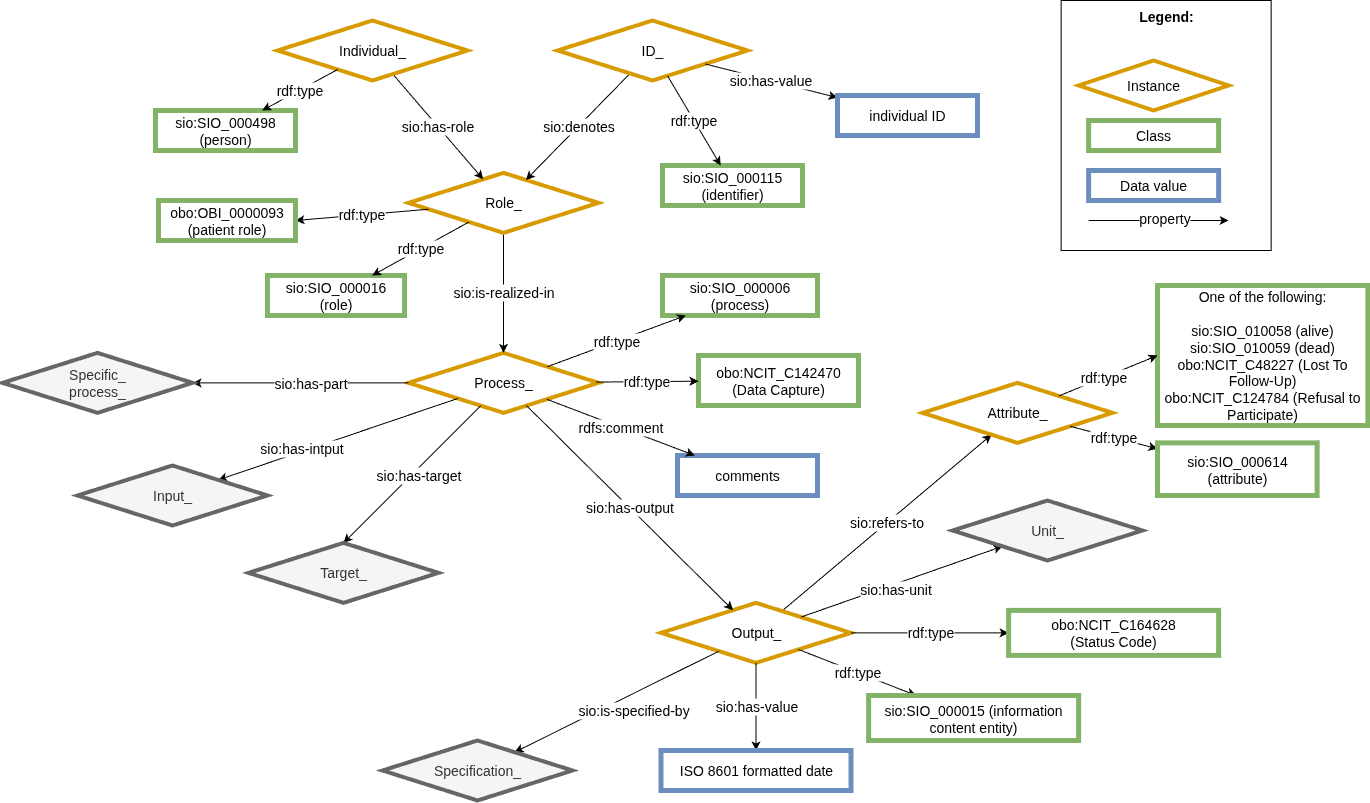
Earlier version of the draw.io export images/CARE-SM-Status.drawio.png (CARE-SM/CARE-Semantic-Model). Source tidied: cells renumbered, new cells last; positions are measured from the earlier drawing's top-left corner, leaving out a move shared by most shapes.
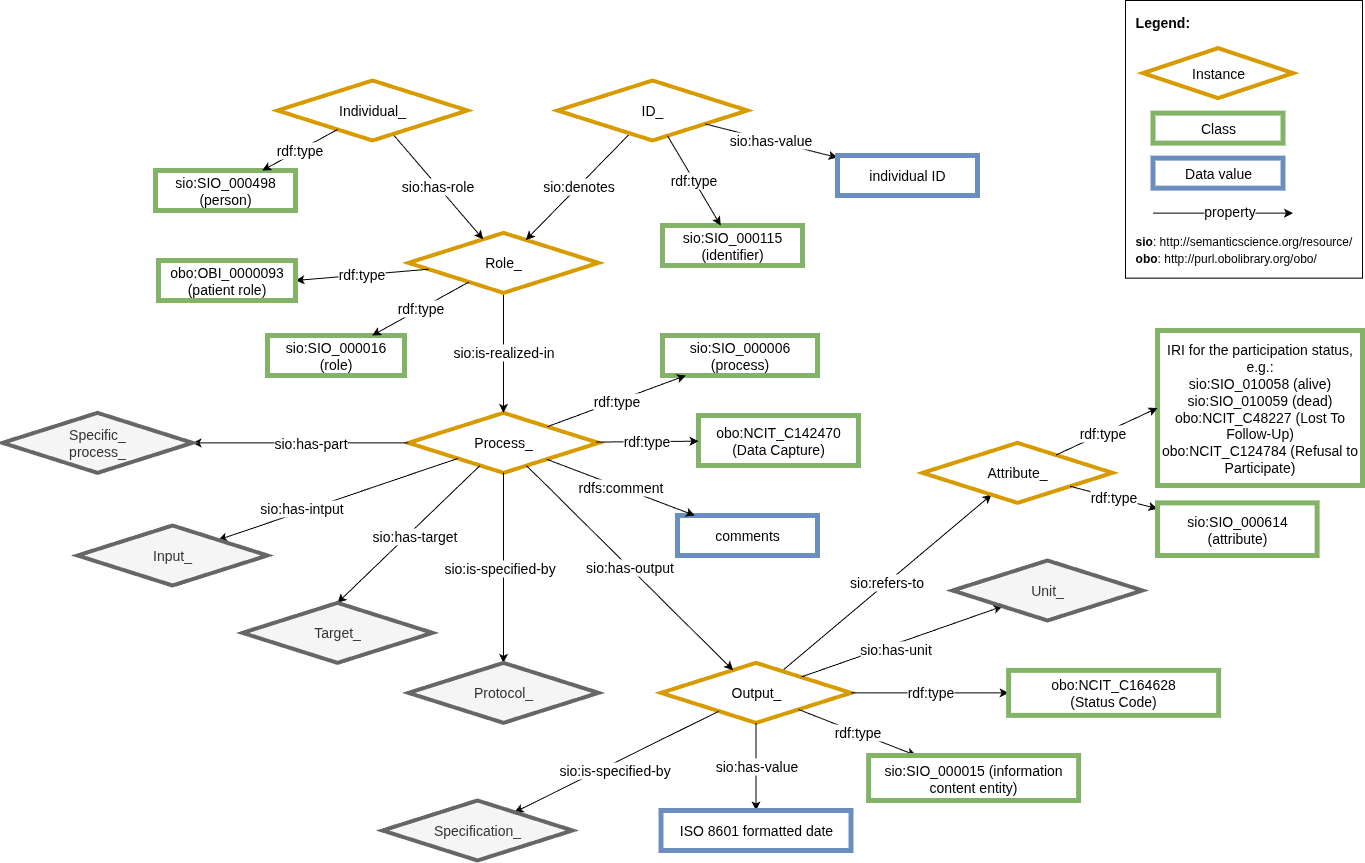
The same file after the commit.

Diff of the diagram source:
```diff
@@ -69,7 +69,7 @@
     </mxCell>
     <mxCell id="23" value="sio:is-specified-by" style="edgeLabel;html=1;align=center;verticalAlign=middle;fontSize=14;" parent="22" vertex="1">
       <mxGeometry x="-0.21" y="-1" relative="1" as="geometry">
-        <mxPoint x="-4" y="19" as="offset" />
+        <mxPoint x="-23" y="19" as="offset" />
       </mxGeometry>
     </mxCell>
     <mxCell id="24" value="Specification_" style="rhombus;whiteSpace=wrap;html=1;fillColor=#f5f5f5;strokeColor=#666666;perimeter=rhombusPerimeter;arcSize=20;comic=0;enumerate=0;strokeWidth=4;rounded=0;fontSize=14;fontColor=#333333;" parent="1" vertex="1">
@@ -89,24 +89,6 @@
     <mxCell id="28" value="Unit_" style="rhombus;whiteSpace=wrap;html=1;fillColor=#f5f5f5;strokeColor=#666666;perimeter=rhombusPerimeter;arcSize=20;comic=0;enumerate=0;strokeWidth=4;rounded=0;fontSize=14;fontColor=#333333;" parent="1" vertex="1">
       <mxGeometry x="950" y="500" width="190" height="60" as="geometry" />
     </mxCell>
-    <mxCell id="29" value="&lt;div style=&quot;text-align: left; font-size: 14px;&quot;&gt;&lt;span style=&quot;background-color: initial; font-size: 14px;&quot;&gt;&lt;b style=&quot;font-size: 14px;&quot;&gt;&lt;font style=&quot;font-size: 14px;&quot;&gt;Legend:&lt;/font&gt;&lt;/b&gt;&lt;/span&gt;&lt;/div&gt;&lt;div style=&quot;text-align: left; font-size: 14px;&quot;&gt;&lt;span style=&quot;background-color: initial; font-size: 14px;&quot;&gt;&lt;br style=&quot;font-size: 14px;&quot;&gt;&lt;/span&gt;&lt;/div&gt;&lt;div style=&quot;text-align: left; font-size: 14px;&quot;&gt;&lt;span style=&quot;background-color: initial; font-size: 14px;&quot;&gt;&lt;br style=&quot;font-size: 14px;&quot;&gt;&lt;/span&gt;&lt;/div&gt;&lt;div style=&quot;text-align: left; font-size: 14px;&quot;&gt;&lt;span style=&quot;background-color: initial; font-size: 14px;&quot;&gt;&lt;br style=&quot;font-size: 14px;&quot;&gt;&lt;/span&gt;&lt;/div&gt;&lt;div style=&quot;text-align: left; font-size: 14px;&quot;&gt;&lt;br style=&quot;font-size: 14px;&quot;&gt;&lt;/div&gt;&lt;div style=&quot;text-align: left; font-size: 14px;&quot;&gt;&lt;br style=&quot;font-size: 14px;&quot;&gt;&lt;/div&gt;&lt;div style=&quot;text-align: left; font-size: 14px;&quot;&gt;&lt;br style=&quot;font-size: 14px;&quot;&gt;&lt;/div&gt;&lt;div style=&quot;text-align: left; font-size: 14px;&quot;&gt;&lt;br style=&quot;font-size: 14px;&quot;&gt;&lt;/div&gt;&lt;div style=&quot;text-align: left; font-size: 14px;&quot;&gt;&lt;br style=&quot;font-size: 14px;&quot;&gt;&lt;/div&gt;&lt;div style=&quot;text-align: left; font-size: 14px;&quot;&gt;&lt;span style=&quot;background-color: initial; font-size: 14px;&quot;&gt;&lt;br style=&quot;font-size: 14px;&quot;&gt;&lt;/span&gt;&lt;/div&gt;&lt;div style=&quot;text-align: left; font-size: 14px;&quot;&gt;&lt;span style=&quot;background-color: initial; font-size: 14px;&quot;&gt;&lt;br style=&quot;font-size: 14px;&quot;&gt;&lt;/span&gt;&lt;/div&gt;&lt;div style=&quot;text-align: left; font-size: 14px;&quot;&gt;&lt;span style=&quot;background-color: initial; font-size: 14px;&quot;&gt;&lt;br style=&quot;font-size: 14px;&quot;&gt;&lt;/span&gt;&lt;/div&gt;&lt;div style=&quot;text-align: left; font-size: 14px;&quot;&gt;&lt;span style=&quot;background-color: initial; font-size: 14px;&quot;&gt;&lt;br style=&quot;font-size: 14px;&quot;&gt;&lt;/span&gt;&lt;/div&gt;&lt;div style=&quot;text-align: left; font-size: 14px;&quot;&gt;&lt;span style=&quot;background-color: initial; font-size: 14px;&quot;&gt;&lt;br style=&quot;font-size: 14px;&quot;&gt;&lt;/span&gt;&lt;/div&gt;" style="rounded=0;whiteSpace=wrap;html=1;fontSize=14;" parent="1" vertex="1">
-      <mxGeometry x="1058.6" width="210" height="250" as="geometry" />
-    </mxCell>
-    <mxCell id="30" value="Class" style="whiteSpace=wrap;html=1;fillColor=#FFFFFF;strokeColor=#82b366;strokeWidth=5;fontSize=14;" parent="1" vertex="1">
-      <mxGeometry x="1086.1" y="120" width="130" height="30" as="geometry" />
-    </mxCell>
-    <mxCell id="31" value="Instance" style="rhombus;whiteSpace=wrap;html=1;fillColor=#FFFFFF;strokeColor=#D79B00;rotation=0;perimeter=rhombusPerimeter;arcSize=20;comic=0;enumerate=0;strokeWidth=4;rounded=0;fontSize=14;" parent="1" vertex="1">
-      <mxGeometry x="1076.1" y="60" width="150" height="50" as="geometry" />
-    </mxCell>
-    <mxCell id="32" value="Data value" style="whiteSpace=wrap;html=1;fillColor=#FFFFFF;strokeColor=#6c8ebf;strokeWidth=5;fontSize=14;" parent="1" vertex="1">
-      <mxGeometry x="1086.1" y="170" width="130" height="30" as="geometry" />
-    </mxCell>
-    <mxCell id="33" value="property" style="rounded=0;orthogonalLoop=1;jettySize=auto;html=1;exitX=1;exitY=1;exitDx=0;exitDy=0;fontSize=14;" parent="1" edge="1">
-      <mxGeometry x="0.09" y="2" relative="1" as="geometry">
-        <mxPoint x="1086.1" y="220" as="sourcePoint" />
-        <mxPoint x="1226.1" y="220" as="targetPoint" />
-      </mxGeometry>
-    </mxCell>
     <mxCell id="34" value="rdf:type" style="edgeStyle=none;rounded=0;jettySize=auto;html=1;fontSize=14;" parent="1" edge="1" source="13" target="19">
       <mxGeometry relative="1" as="geometry" />
     </mxCell>
@@ -119,7 +101,7 @@
       </mxGeometry>
     </mxCell>
     <mxCell id="37" value="Target_" style="rhombus;whiteSpace=wrap;html=1;fillColor=#f5f5f5;strokeColor=#666666;perimeter=rhombusPerimeter;arcSize=20;comic=0;enumerate=0;strokeWidth=4;rounded=0;fontSize=14;fontColor=#333333;" parent="1" vertex="1">
-      <mxGeometry x="246" y="542.4" width="190" height="60" as="geometry" />
+      <mxGeometry x="240" y="542.4" width="190" height="60" as="geometry" />
     </mxCell>
     <mxCell id="38" value="sio:has-output" style="edgeStyle=none;rounded=0;jettySize=auto;html=1;fontSize=14;" parent="1" edge="1" source="4" target="3">
       <mxGeometry relative="1" as="geometry" />
@@ -147,8 +129,8 @@
     <mxCell id="45" value="obo:NCIT_C164628&lt;div&gt;(Status Code)&lt;/div&gt;" style="whiteSpace=wrap;html=1;fillColor=#FFFFFF;strokeColor=#82b366;strokeWidth=5;fontSize=14;" parent="1" vertex="1">
       <mxGeometry x="1006.1" y="609.9" width="210" height="45" as="geometry" />
     </mxCell>
-    <mxCell id="46" value="&lt;span style=&quot;background-color: initial;&quot;&gt;&lt;div style=&quot;&quot;&gt;&lt;div&gt;One of the following:&lt;/div&gt;&lt;div&gt;&lt;br&gt;&lt;/div&gt;&lt;div&gt;sio:SIO_010058 (alive)&lt;/div&gt;&lt;div&gt;sio:SIO_010059 (dead)&lt;/div&gt;&lt;div&gt;obo:NCIT_C48227 (Lost To Follow-Up)&lt;/div&gt;&lt;div&gt;obo:NCIT_C124784 (Refusal to Participate)&lt;/div&gt;&lt;/div&gt;&lt;/span&gt;" style="whiteSpace=wrap;html=1;fillColor=#FFFFFF;strokeColor=#82b366;strokeWidth=5;fontSize=14;" parent="1" vertex="1">
-      <mxGeometry x="1155" y="285" width="210.4" height="140" as="geometry" />
+    <mxCell id="46" value="&lt;span style=&quot;background-color: initial;&quot;&gt;&lt;div style=&quot;&quot;&gt;&lt;div&gt;IRI for the participation status, e.g.:&lt;/div&gt;&lt;div&gt;sio:SIO_010058 (alive)&lt;/div&gt;&lt;div&gt;sio:SIO_010059 (dead)&lt;/div&gt;&lt;div&gt;obo:NCIT_C48227 (Lost To Follow-Up)&lt;/div&gt;&lt;div&gt;obo:NCIT_C124784 (Refusal to Participate)&lt;/div&gt;&lt;/div&gt;&lt;/span&gt;" style="whiteSpace=wrap;html=1;fillColor=#FFFFFF;strokeColor=#82b366;strokeWidth=5;fontSize=14;" parent="1" vertex="1">
+      <mxGeometry x="1155" y="270" width="205" height="155" as="geometry" />
     </mxCell>
     <mxCell id="47" value="rdf:type" style="edgeStyle=none;rounded=0;jettySize=auto;html=1;entryX=0;entryY=0.5;entryDx=0;entryDy=0;fontSize=14;" parent="1" edge="1" source="14" target="46">
       <mxGeometry x="-0.09" relative="1" as="geometry" />
@@ -186,5 +168,36 @@
     <mxCell id="58" value="rdf:type" style="edgeStyle=none;rounded=0;jettySize=auto;html=1;fontSize=14;" parent="1" edge="1" source="4" target="6">
       <mxGeometry relative="1" as="geometry" />
     </mxCell>
+    <mxCell id="59" style="edgeStyle=none;rounded=0;jettySize=auto;html=1;strokeWidth=1;fontSize=14;" parent="1" edge="1" target="61">
+      <mxGeometry relative="1" as="geometry">
+        <mxPoint x="501" y="412" as="sourcePoint" />
+      </mxGeometry>
+    </mxCell>
+    <mxCell id="60" value="sio:is-specified-by" style="edgeLabel;html=1;align=center;verticalAlign=middle;fontSize=14;" parent="59" vertex="1">
+      <mxGeometry x="-0.21" y="-1" relative="1" as="geometry">
+        <mxPoint x="-4" y="19" as="offset" />
+      </mxGeometry>
+    </mxCell>
+    <mxCell id="61" value="Protocol_" style="rhombus;whiteSpace=wrap;html=1;fillColor=#f5f5f5;strokeColor=#666666;perimeter=rhombusPerimeter;arcSize=20;comic=0;enumerate=0;strokeWidth=4;rounded=0;fontSize=14;fontColor=#333333;" parent="1" vertex="1">
+      <mxGeometry x="406" y="602.4" width="190" height="60" as="geometry" />
+    </mxCell>
+    <mxCell id="62" value="&lt;div style=&quot;text-align: left; font-size: 14px;&quot;&gt;&lt;span style=&quot;background-color: initial; font-size: 14px;&quot;&gt;&lt;b style=&quot;font-size: 14px;&quot;&gt;&lt;font style=&quot;font-size: 14px;&quot;&gt;Legend:&lt;/font&gt;&lt;/b&gt;&lt;/span&gt;&lt;/div&gt;&lt;div style=&quot;text-align: left; font-size: 14px;&quot;&gt;&lt;span style=&quot;background-color: initial; font-size: 14px;&quot;&gt;&lt;br style=&quot;font-size: 14px;&quot;&gt;&lt;/span&gt;&lt;/div&gt;&lt;div style=&quot;text-align: left; font-size: 14px;&quot;&gt;&lt;span style=&quot;background-color: initial; font-size: 14px;&quot;&gt;&lt;br style=&quot;font-size: 14px;&quot;&gt;&lt;/span&gt;&lt;/div&gt;&lt;div style=&quot;text-align: left; font-size: 14px;&quot;&gt;&lt;span style=&quot;background-color: initial; font-size: 14px;&quot;&gt;&lt;br style=&quot;font-size: 14px;&quot;&gt;&lt;/span&gt;&lt;/div&gt;&lt;div style=&quot;text-align: left; font-size: 14px;&quot;&gt;&lt;br style=&quot;font-size: 14px;&quot;&gt;&lt;/div&gt;&lt;div style=&quot;text-align: left; font-size: 14px;&quot;&gt;&lt;br style=&quot;font-size: 14px;&quot;&gt;&lt;/div&gt;&lt;div style=&quot;text-align: left; font-size: 14px;&quot;&gt;&lt;br style=&quot;font-size: 14px;&quot;&gt;&lt;/div&gt;&lt;div style=&quot;text-align: left; font-size: 14px;&quot;&gt;&lt;br style=&quot;font-size: 14px;&quot;&gt;&lt;/div&gt;&lt;div style=&quot;text-align: left; font-size: 14px;&quot;&gt;&lt;br style=&quot;font-size: 14px;&quot;&gt;&lt;/div&gt;&lt;div style=&quot;text-align: left; font-size: 14px;&quot;&gt;&lt;span style=&quot;background-color: initial; font-size: 14px;&quot;&gt;&lt;br style=&quot;font-size: 14px;&quot;&gt;&lt;/span&gt;&lt;/div&gt;&lt;div style=&quot;text-align: left; font-size: 14px;&quot;&gt;&lt;span style=&quot;background-color: initial; font-size: 14px;&quot;&gt;&lt;br style=&quot;font-size: 14px;&quot;&gt;&lt;/span&gt;&lt;/div&gt;&lt;div style=&quot;text-align: left; font-size: 14px;&quot;&gt;&lt;span style=&quot;background-color: initial; font-size: 14px;&quot;&gt;&lt;br style=&quot;font-size: 14px;&quot;&gt;&lt;/span&gt;&lt;/div&gt;&lt;div style=&quot;text-align: left; font-size: 14px;&quot;&gt;&lt;span style=&quot;background-color: initial; font-size: 14px;&quot;&gt;&lt;br style=&quot;font-size: 14px;&quot;&gt;&lt;/span&gt;&lt;/div&gt;&lt;div style=&quot;text-align: left; font-size: 14px;&quot;&gt;&lt;b style=&quot;background-color: transparent; color: light-dark(rgb(0, 0, 0), rgb(255, 255, 255)); font-size: 12px; text-align: center;&quot;&gt;sio&lt;/b&gt;&lt;span style=&quot;background-color: transparent; color: light-dark(rgb(0, 0, 0), rgb(255, 255, 255)); font-size: 12px; text-align: center;&quot;&gt;: http://semanticscience.org/resource/&lt;/span&gt;&lt;/div&gt;&lt;div style=&quot;text-align: left;&quot;&gt;&lt;span style=&quot;font-size: 12px; background-color: transparent; color: light-dark(rgb(0, 0, 0), rgb(255, 255, 255)); text-align: center;&quot;&gt;&lt;b&gt;obo&lt;/b&gt;:&amp;nbsp;&lt;/span&gt;&lt;span style=&quot;background-color: transparent; text-align: center; font-size: 12px;&quot;&gt;http://purl.obolibrary.org/obo/&lt;/span&gt;&lt;/div&gt;" style="rounded=0;whiteSpace=wrap;html=1;fontSize=14;" parent="1" vertex="1">
+      <mxGeometry x="1123" y="-60" width="237" height="277.6" as="geometry" />
+    </mxCell>
+    <mxCell id="30" value="Class" style="whiteSpace=wrap;html=1;fillColor=#FFFFFF;strokeColor=#82b366;strokeWidth=5;fontSize=14;" parent="1" vertex="1">
+      <mxGeometry x="1150.5" y="52.6" width="130" height="30" as="geometry" />
+    </mxCell>
+    <mxCell id="31" value="Instance" style="rhombus;whiteSpace=wrap;html=1;fillColor=#FFFFFF;strokeColor=#D79B00;rotation=0;perimeter=rhombusPerimeter;arcSize=20;comic=0;enumerate=0;strokeWidth=4;rounded=0;fontSize=14;" parent="1" vertex="1">
+      <mxGeometry x="1140.5" y="-12.4" width="150" height="50" as="geometry" />
+    </mxCell>
+    <mxCell id="32" value="Data value" style="whiteSpace=wrap;html=1;fillColor=#FFFFFF;strokeColor=#6c8ebf;strokeWidth=5;fontSize=14;" parent="1" vertex="1">
+      <mxGeometry x="1150.5" y="97.6" width="130" height="30" as="geometry" />
+    </mxCell>
+    <mxCell id="33" value="property" style="rounded=0;orthogonalLoop=1;jettySize=auto;html=1;exitX=1;exitY=1;exitDx=0;exitDy=0;fontSize=14;" parent="1" edge="1">
+      <mxGeometry x="0.09" y="2" relative="1" as="geometry">
+        <mxPoint x="1150.5" y="152.6" as="sourcePoint" />
+        <mxPoint x="1290.5" y="152.6" as="targetPoint" />
+      </mxGeometry>
+    </mxCell>
   </root>
 </mxGraphModel>
```
